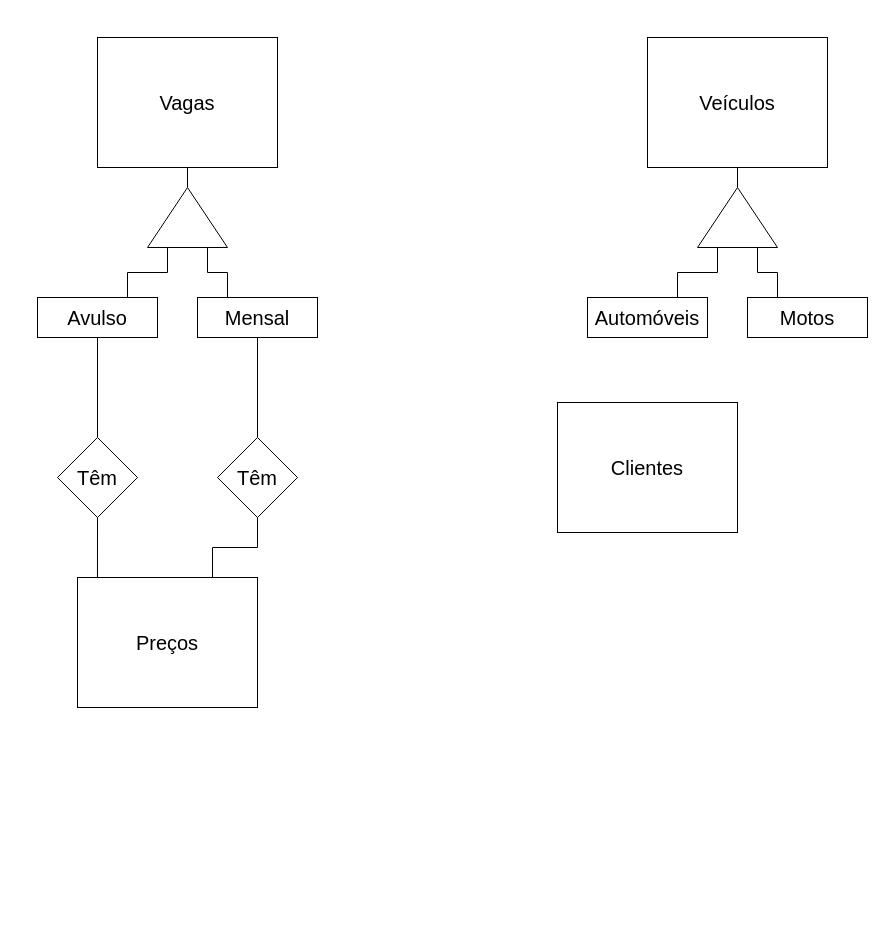
The draw.io diagram Lists/List01/Exec07/Parking.drawio in RenanGAS/Database-1, before the edit. Source tidied: cells renumbered, new cells numbered last; positions are measured from the earlier drawing's top-left corner, leaving out a move shared by most shapes. Both pictures are drawn from the tidied source at 100%, with x=0, y=0 at pixel (37, 37).
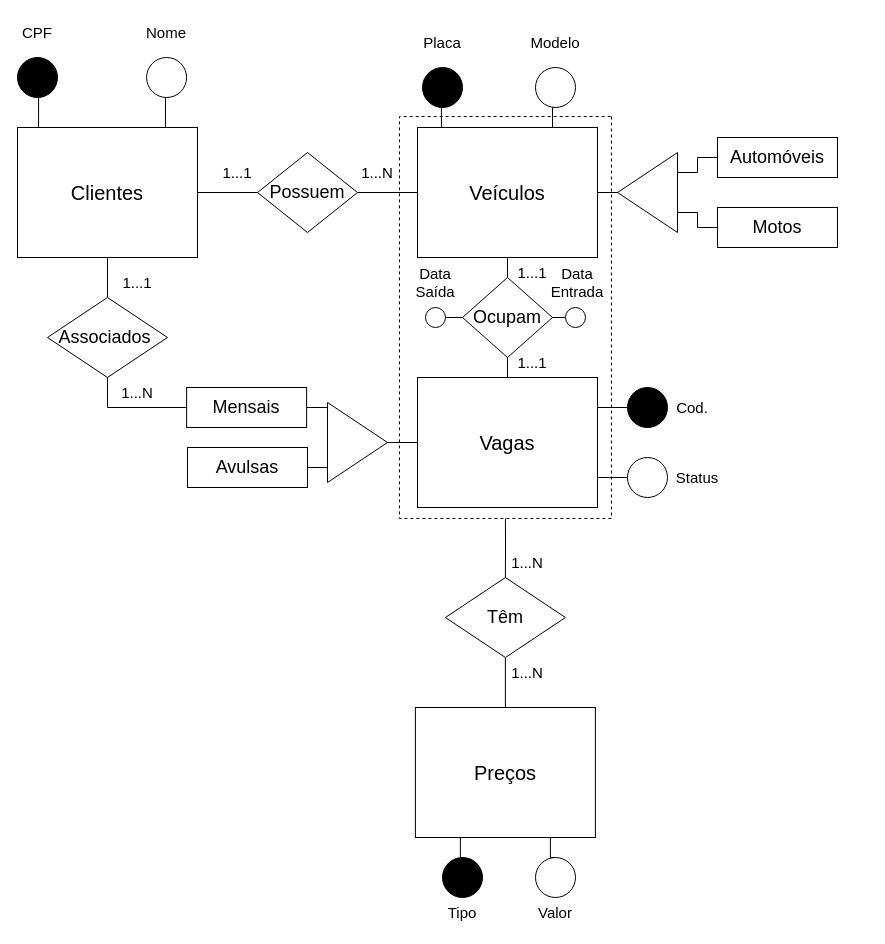
Above is the later version.

What changed in the source:
```diff
@@
     <mxCell id="2" value="&lt;font style=&quot;font-size: 20px&quot;&gt;Preços&lt;/font&gt;" style="rounded=0;whiteSpace=wrap;html=1;" parent="1" vertex="1">
-      <mxGeometry x="40" y="540" width="180" height="130" as="geometry" />
+      <mxGeometry x="377.9" y="670" width="180" height="130" as="geometry" />
     </mxCell>
+    <mxCell id="24" style="edgeStyle=orthogonalEdgeStyle;rounded=0;jettySize=auto;html=1;entryX=1;entryY=0.5;entryDx=0;entryDy=0;fontSize=18;endArrow=none;endFill=0;" parent="1" edge="1" source="3" target="33">
+      <mxGeometry relative="1" as="geometry" />
+    </mxCell>
+    <mxCell id="25" style="edgeStyle=orthogonalEdgeStyle;rounded=0;jettySize=auto;html=1;exitX=0.5;exitY=1;exitDx=0;exitDy=0;entryX=0.5;entryY=0;entryDx=0;entryDy=0;fontSize=18;endArrow=none;endFill=0;" parent="1" edge="1" source="3" target="36">
+      <mxGeometry relative="1" as="geometry" />
+    </mxCell>
     <mxCell id="3" value="&lt;font style=&quot;font-size: 20px&quot;&gt;Veículos&lt;/font&gt;" style="rounded=0;whiteSpace=wrap;html=1;" parent="1" vertex="1">
-      <mxGeometry x="610" width="180" height="130" as="geometry" />
+      <mxGeometry x="380" y="90" width="180" height="130" as="geometry" />
     </mxCell>
+    <mxCell id="26" style="edgeStyle=orthogonalEdgeStyle;rounded=0;jettySize=auto;html=1;exitX=0;exitY=0.5;exitDx=0;exitDy=0;entryX=1;entryY=0.5;entryDx=0;entryDy=0;fontSize=18;endArrow=none;endFill=0;" parent="1" edge="1" source="4" target="39">
+      <mxGeometry relative="1" as="geometry" />
+    </mxCell>
     <mxCell id="4" value="&lt;font style=&quot;font-size: 20px&quot;&gt;Vagas&lt;/font&gt;" style="rounded=0;whiteSpace=wrap;html=1;" parent="1" vertex="1">
-      <mxGeometry x="60" width="180" height="130" as="geometry" />
+      <mxGeometry x="380" y="340" width="180" height="130" as="geometry" />
     </mxCell>
+    <mxCell id="27" style="edgeStyle=orthogonalEdgeStyle;rounded=0;jettySize=auto;html=1;exitX=1;exitY=0.5;exitDx=0;exitDy=0;entryX=0;entryY=0.5;entryDx=0;entryDy=0;fontSize=18;endArrow=none;endFill=0;" parent="1" edge="1" source="5" target="30">
+      <mxGeometry relative="1" as="geometry" />
+    </mxCell>
+    <mxCell id="28" style="edgeStyle=orthogonalEdgeStyle;rounded=0;jettySize=auto;html=1;exitX=0.5;exitY=1;exitDx=0;exitDy=0;entryX=0.5;entryY=0;entryDx=0;entryDy=0;fontSize=18;endArrow=none;endFill=0;" parent="1" edge="1" source="5" target="45">
+      <mxGeometry relative="1" as="geometry" />
+    </mxCell>
     <mxCell id="5" value="&lt;font style=&quot;font-size: 20px&quot;&gt;Clientes&lt;/font&gt;" style="rounded=0;whiteSpace=wrap;html=1;" parent="1" vertex="1">
-      <mxGeometry x="520" y="365" width="180" height="130" as="geometry" />
+      <mxGeometry x="-20" y="90" width="180" height="130" as="geometry" />
     </mxCell>
-    <mxCell id="6" style="edgeStyle=orthogonalEdgeStyle;rounded=0;jettySize=auto;html=1;exitX=1;exitY=0.5;exitDx=0;exitDy=0;entryX=0.5;entryY=1;entryDx=0;entryDy=0;fontSize=20;endArrow=none;endFill=0;" parent="1" edge="1" source="9" target="4">
-      <mxGeometry relative="1" as="geometry" />
-    </mxCell>
-    <mxCell id="7" style="edgeStyle=orthogonalEdgeStyle;rounded=0;jettySize=auto;html=1;exitX=0;exitY=0.25;exitDx=0;exitDy=0;entryX=0.75;entryY=0;entryDx=0;entryDy=0;fontSize=20;endArrow=none;endFill=0;" parent="1" edge="1" source="9" target="11">
-      <mxGeometry relative="1" as="geometry" />
-    </mxCell>
-    <mxCell id="8" style="edgeStyle=orthogonalEdgeStyle;rounded=0;jettySize=auto;html=1;exitX=0;exitY=0.75;exitDx=0;exitDy=0;entryX=0.25;entryY=0;entryDx=0;entryDy=0;fontSize=20;endArrow=none;endFill=0;" parent="1" edge="1" source="9" target="13">
-      <mxGeometry relative="1" as="geometry" />
-    </mxCell>
-    <mxCell id="9" style="triangle;whiteSpace=wrap;html=1;fontSize=20;rotation=-90;" parent="1" vertex="1">
-      <mxGeometry x="120" y="140" width="60" height="80" as="geometry" />
-    </mxCell>
-    <mxCell id="10" style="edgeStyle=orthogonalEdgeStyle;rounded=0;jettySize=auto;html=1;exitX=0.5;exitY=1;exitDx=0;exitDy=0;entryX=0.5;entryY=0;entryDx=0;entryDy=0;fontSize=20;endArrow=none;endFill=0;" parent="1" edge="1" source="11" target="21">
-      <mxGeometry relative="1" as="geometry" />
-    </mxCell>
-    <mxCell id="11" value="Avulso" style="rounded=0;whiteSpace=wrap;html=1;fontSize=20;" parent="1" vertex="1">
-      <mxGeometry y="260" width="120" height="40" as="geometry" />
-    </mxCell>
-    <mxCell id="12" style="edgeStyle=orthogonalEdgeStyle;rounded=0;jettySize=auto;html=1;exitX=0.5;exitY=1;exitDx=0;exitDy=0;entryX=0.5;entryY=0;entryDx=0;entryDy=0;fontSize=20;endArrow=none;endFill=0;" parent="1" edge="1" source="13" target="23">
-      <mxGeometry relative="1" as="geometry" />
-    </mxCell>
-    <mxCell id="13" value="Mensal" style="rounded=0;whiteSpace=wrap;html=1;fontSize=20;" parent="1" vertex="1">
-      <mxGeometry x="160" y="260" width="120" height="40" as="geometry" />
-    </mxCell>
-    <mxCell id="14" style="edgeStyle=orthogonalEdgeStyle;rounded=0;jettySize=auto;html=1;exitX=0;exitY=0.25;exitDx=0;exitDy=0;entryX=0.75;entryY=0;entryDx=0;entryDy=0;fontSize=20;endArrow=none;endFill=0;" parent="1" edge="1" source="17" target="18">
-      <mxGeometry relative="1" as="geometry" />
-    </mxCell>
-    <mxCell id="15" style="edgeStyle=orthogonalEdgeStyle;rounded=0;jettySize=auto;html=1;exitX=0;exitY=0.75;exitDx=0;exitDy=0;entryX=0.25;entryY=0;entryDx=0;entryDy=0;fontSize=20;endArrow=none;endFill=0;" parent="1" edge="1" source="17" target="19">
-      <mxGeometry relative="1" as="geometry" />
-    </mxCell>
-    <mxCell id="16" style="edgeStyle=orthogonalEdgeStyle;rounded=0;jettySize=auto;html=1;exitX=1;exitY=0.5;exitDx=0;exitDy=0;entryX=0.5;entryY=1;entryDx=0;entryDy=0;fontSize=20;endArrow=none;endFill=0;" parent="1" edge="1" source="17" target="3">
-      <mxGeometry relative="1" as="geometry" />
-    </mxCell>
-    <mxCell id="17" style="triangle;whiteSpace=wrap;html=1;fontSize=20;rotation=-90;" parent="1" vertex="1">
-      <mxGeometry x="670" y="140" width="60" height="80" as="geometry" />
-    </mxCell>
+    <mxCell id="29" style="edgeStyle=orthogonalEdgeStyle;rounded=0;jettySize=auto;html=1;exitX=1;exitY=0.5;exitDx=0;exitDy=0;entryX=0;entryY=0.5;entryDx=0;entryDy=0;fontSize=18;endArrow=none;endFill=0;" parent="1" edge="1" source="30" target="3">
+      <mxGeometry relative="1" as="geometry" />
+    </mxCell>
+    <mxCell id="30" value="Possuem" style="rhombus;whiteSpace=wrap;html=1;fontSize=18;" parent="1" vertex="1">
+      <mxGeometry x="220" y="115" width="100" height="80" as="geometry" />
+    </mxCell>
+    <mxCell id="31" style="edgeStyle=orthogonalEdgeStyle;rounded=0;jettySize=auto;html=1;exitX=0;exitY=0.75;exitDx=0;exitDy=0;entryX=0;entryY=0.5;entryDx=0;entryDy=0;fontSize=18;endArrow=none;endFill=0;" parent="1" edge="1" source="33" target="18">
+      <mxGeometry relative="1" as="geometry" />
+    </mxCell>
+    <mxCell id="32" style="edgeStyle=orthogonalEdgeStyle;rounded=0;jettySize=auto;html=1;exitX=0;exitY=0.25;exitDx=0;exitDy=0;entryX=0;entryY=0.5;entryDx=0;entryDy=0;fontSize=18;endArrow=none;endFill=0;" parent="1" edge="1" source="33" target="19">
+      <mxGeometry relative="1" as="geometry" />
+    </mxCell>
+    <mxCell id="33" style="triangle;whiteSpace=wrap;html=1;fontSize=18;rotation=-180;" parent="1" vertex="1">
+      <mxGeometry x="580" y="115" width="60" height="80" as="geometry" />
+    </mxCell>
-    <mxCell id="18" value="Automóveis" style="rounded=0;whiteSpace=wrap;html=1;fontSize=20;" parent="1" vertex="1">
-      <mxGeometry x="550" y="260" width="120" height="40" as="geometry" />
+    <mxCell id="18" value="Automóveis" style="rounded=0;whiteSpace=wrap;html=1;fontSize=18;" parent="1" vertex="1">
+      <mxGeometry x="680" y="100" width="120" height="40" as="geometry" />
     </mxCell>
-    <mxCell id="19" value="Motos" style="rounded=0;whiteSpace=wrap;html=1;fontSize=20;" parent="1" vertex="1">
-      <mxGeometry x="710" y="260" width="120" height="40" as="geometry" />
+    <mxCell id="19" value="Motos" style="rounded=0;whiteSpace=wrap;html=1;fontSize=18;" parent="1" vertex="1">
+      <mxGeometry x="680" y="170" width="120" height="40" as="geometry" />
     </mxCell>
-    <mxCell id="20" style="edgeStyle=orthogonalEdgeStyle;rounded=0;jettySize=auto;html=1;exitX=0.5;exitY=1;exitDx=0;exitDy=0;entryX=0.111;entryY=0;entryDx=0;entryDy=0;entryPerimeter=0;fontSize=20;endArrow=none;endFill=0;" parent="1" edge="1" source="21" target="2">
-      <mxGeometry relative="1" as="geometry" />
-    </mxCell>
-    <mxCell id="21" value="Têm" style="rhombus;whiteSpace=wrap;html=1;fontSize=20;" parent="1" vertex="1">
-      <mxGeometry x="20" y="400" width="80" height="80" as="geometry" />
-    </mxCell>
-    <mxCell id="22" style="edgeStyle=orthogonalEdgeStyle;rounded=0;jettySize=auto;html=1;exitX=0.5;exitY=1;exitDx=0;exitDy=0;entryX=0.75;entryY=0;entryDx=0;entryDy=0;fontSize=20;endArrow=none;endFill=0;" parent="1" edge="1" source="23" target="2">
-      <mxGeometry relative="1" as="geometry" />
-    </mxCell>
-    <mxCell id="23" value="Têm" style="rhombus;whiteSpace=wrap;html=1;fontSize=20;" parent="1" vertex="1">
-      <mxGeometry x="180" y="400" width="80" height="80" as="geometry" />
-    </mxCell>
+    <mxCell id="34" style="edgeStyle=orthogonalEdgeStyle;rounded=0;jettySize=auto;html=1;exitX=0.5;exitY=1;exitDx=0;exitDy=0;entryX=0.5;entryY=0;entryDx=0;entryDy=0;fontSize=18;endArrow=none;endFill=0;" parent="1" edge="1" source="36" target="4">
+      <mxGeometry relative="1" as="geometry" />
+    </mxCell>
+    <mxCell id="35" style="edgeStyle=orthogonalEdgeStyle;rounded=0;jettySize=auto;html=1;exitX=1;exitY=0.5;exitDx=0;exitDy=0;entryX=0;entryY=0.5;entryDx=0;entryDy=0;fontSize=15;endArrow=none;endFill=0;" parent="1" edge="1" source="36" target="60">
+      <mxGeometry relative="1" as="geometry" />
+    </mxCell>
+    <mxCell id="36" value="Ocupam" style="rhombus;whiteSpace=wrap;html=1;fontSize=18;" parent="1" vertex="1">
+      <mxGeometry x="425" y="240" width="90" height="80" as="geometry" />
+    </mxCell>
+    <mxCell id="37" style="edgeStyle=orthogonalEdgeStyle;rounded=0;jettySize=auto;html=1;exitX=1;exitY=0.5;exitDx=0;exitDy=0;entryX=0.5;entryY=0;entryDx=0;entryDy=0;fontSize=18;endArrow=none;endFill=0;" parent="1" edge="1" source="38" target="47">
+      <mxGeometry relative="1" as="geometry" />
+    </mxCell>
+    <mxCell id="38" style="rounded=0;whiteSpace=wrap;html=1;fontSize=18;rotation=90;fillColor=none;dashed=1;" parent="1" vertex="1">
+      <mxGeometry x="267" y="174" width="401.9" height="212" as="geometry" />
+    </mxCell>
+    <mxCell id="39" style="triangle;whiteSpace=wrap;html=1;fontSize=18;fillColor=none;" parent="1" vertex="1">
+      <mxGeometry x="290" y="365" width="60" height="80" as="geometry" />
+    </mxCell>
+    <mxCell id="40" style="edgeStyle=orthogonalEdgeStyle;rounded=0;jettySize=auto;html=1;exitX=1;exitY=0.5;exitDx=0;exitDy=0;entryX=0;entryY=0.075;entryDx=0;entryDy=0;entryPerimeter=0;fontSize=18;endArrow=none;endFill=0;" parent="1" edge="1" source="41" target="39">
+      <mxGeometry relative="1" as="geometry" />
+    </mxCell>
+    <mxCell id="41" value="Mensais" style="rounded=0;whiteSpace=wrap;html=1;fontSize=18;" parent="1" vertex="1">
+      <mxGeometry x="149.1" y="350" width="120" height="40" as="geometry" />
+    </mxCell>
+    <mxCell id="42" style="edgeStyle=orthogonalEdgeStyle;rounded=0;jettySize=auto;html=1;exitX=1;exitY=0.5;exitDx=0;exitDy=0;entryX=0;entryY=0.75;entryDx=0;entryDy=0;fontSize=18;endArrow=none;endFill=0;" parent="1" edge="1" source="43" target="39">
+      <mxGeometry relative="1" as="geometry" />
+    </mxCell>
+    <mxCell id="43" value="Avulsas" style="rounded=0;whiteSpace=wrap;html=1;fontSize=18;" parent="1" vertex="1">
+      <mxGeometry x="150" y="410" width="120" height="40" as="geometry" />
+    </mxCell>
+    <mxCell id="44" style="edgeStyle=orthogonalEdgeStyle;rounded=0;jettySize=auto;html=1;exitX=0.5;exitY=1;exitDx=0;exitDy=0;entryX=0;entryY=0.5;entryDx=0;entryDy=0;fontSize=18;endArrow=none;endFill=0;" parent="1" edge="1" source="45" target="41">
+      <mxGeometry relative="1" as="geometry" />
+    </mxCell>
+    <mxCell id="45" value="&lt;div&gt;&lt;span&gt;Associados&amp;nbsp;&lt;/span&gt;&lt;/div&gt;" style="rhombus;whiteSpace=wrap;html=1;fontSize=18;align=center;" parent="1" vertex="1">
+      <mxGeometry x="10" y="260" width="120" height="80" as="geometry" />
+    </mxCell>
+    <mxCell id="46" style="edgeStyle=orthogonalEdgeStyle;rounded=0;jettySize=auto;html=1;exitX=0.5;exitY=1;exitDx=0;exitDy=0;entryX=0.5;entryY=0;entryDx=0;entryDy=0;fontSize=18;endArrow=none;endFill=0;" parent="1" edge="1" source="47" target="2">
+      <mxGeometry relative="1" as="geometry" />
+    </mxCell>
+    <mxCell id="47" value="&lt;div&gt;&lt;span&gt;Têm&lt;/span&gt;&lt;/div&gt;" style="rhombus;whiteSpace=wrap;html=1;fontSize=18;align=center;" parent="1" vertex="1">
+      <mxGeometry x="407.9" y="540" width="120" height="80" as="geometry" />
+    </mxCell>
+    <mxCell id="48" style="edgeStyle=orthogonalEdgeStyle;rounded=0;jettySize=auto;html=1;exitX=0.5;exitY=1;exitDx=0;exitDy=0;entryX=0.117;entryY=0;entryDx=0;entryDy=0;entryPerimeter=0;fontSize=18;endArrow=none;endFill=0;" parent="1" edge="1" source="49" target="5">
+      <mxGeometry relative="1" as="geometry" />
+    </mxCell>
+    <mxCell id="49" style="ellipse;whiteSpace=wrap;html=1;fontSize=18;fillColor=#000000;" parent="1" vertex="1">
+      <mxGeometry x="-20" y="20" width="40" height="40" as="geometry" />
+    </mxCell>
+    <mxCell id="50" value="&lt;font style=&quot;font-size: 15px&quot;&gt;CPF&lt;/font&gt;" style="text;html=1;strokeColor=none;fillColor=none;align=center;verticalAlign=middle;whiteSpace=wrap;rounded=0;fontSize=18;" parent="1" vertex="1">
+      <mxGeometry x="-15" y="-20" width="30" height="30" as="geometry" />
+    </mxCell>
+    <mxCell id="51" style="edgeStyle=orthogonalEdgeStyle;rounded=0;jettySize=auto;html=1;exitX=0.5;exitY=1;exitDx=0;exitDy=0;entryX=0.822;entryY=0;entryDx=0;entryDy=0;entryPerimeter=0;fontSize=15;endArrow=none;endFill=0;" parent="1" edge="1" source="52" target="5">
+      <mxGeometry relative="1" as="geometry" />
+    </mxCell>
+    <mxCell id="52" style="ellipse;whiteSpace=wrap;html=1;fontSize=15;fillColor=#FFFFFF;" parent="1" vertex="1">
+      <mxGeometry x="109.1" y="20" width="40" height="40" as="geometry" />
+    </mxCell>
+    <mxCell id="53" value="Nome" style="text;html=1;strokeColor=none;fillColor=none;align=center;verticalAlign=middle;whiteSpace=wrap;rounded=0;fontSize=15;" parent="1" vertex="1">
+      <mxGeometry x="99.1" y="-20" width="60" height="30" as="geometry" />
+    </mxCell>
+    <mxCell id="54" style="edgeStyle=orthogonalEdgeStyle;rounded=0;jettySize=auto;html=1;exitX=0;exitY=0.5;exitDx=0;exitDy=0;entryX=1;entryY=0.75;entryDx=0;entryDy=0;fontSize=15;endArrow=none;endFill=0;" parent="1" edge="1" source="55" target="4">
+      <mxGeometry relative="1" as="geometry" />
+    </mxCell>
+    <mxCell id="55" style="ellipse;whiteSpace=wrap;html=1;fontSize=15;fillColor=#FFFFFF;" parent="1" vertex="1">
+      <mxGeometry x="590" y="420" width="40" height="40" as="geometry" />
+    </mxCell>
+    <mxCell id="56" value="Status" style="text;html=1;strokeColor=none;fillColor=none;align=center;verticalAlign=middle;whiteSpace=wrap;rounded=0;fontSize=15;" parent="1" vertex="1">
+      <mxGeometry x="640" y="425" width="40" height="30" as="geometry" />
+    </mxCell>
+    <mxCell id="57" style="edgeStyle=orthogonalEdgeStyle;rounded=0;jettySize=auto;html=1;exitX=0;exitY=0.5;exitDx=0;exitDy=0;entryX=1;entryY=0.25;entryDx=0;entryDy=0;fontSize=15;endArrow=none;endFill=0;" parent="1" edge="1" source="58" target="4">
+      <mxGeometry relative="1" as="geometry" />
+    </mxCell>
+    <mxCell id="58" style="ellipse;whiteSpace=wrap;html=1;fontSize=15;fillColor=#000000;" parent="1" vertex="1">
+      <mxGeometry x="590" y="350" width="40" height="40" as="geometry" />
+    </mxCell>
+    <mxCell id="59" value="Cod." style="text;html=1;strokeColor=none;fillColor=none;align=center;verticalAlign=middle;whiteSpace=wrap;rounded=0;fontSize=15;" parent="1" vertex="1">
+      <mxGeometry x="640" y="355" width="30" height="30" as="geometry" />
+    </mxCell>
+    <mxCell id="60" style="ellipse;whiteSpace=wrap;html=1;fontSize=15;fillColor=#FFFFFF;" parent="1" vertex="1">
+      <mxGeometry x="528" y="270" width="20" height="20" as="geometry" />
+    </mxCell>
+    <mxCell id="61" value="Data&lt;br&gt;Entrada" style="text;html=1;strokeColor=none;fillColor=none;align=center;verticalAlign=middle;whiteSpace=wrap;rounded=0;fontSize=15;" parent="1" vertex="1">
+      <mxGeometry x="530" y="230" width="20" height="30" as="geometry" />
+    </mxCell>
+    <mxCell id="62" style="edgeStyle=orthogonalEdgeStyle;rounded=0;jettySize=auto;html=1;exitX=1;exitY=0.5;exitDx=0;exitDy=0;entryX=0;entryY=0.5;entryDx=0;entryDy=0;fontSize=15;endArrow=none;endFill=0;" parent="1" edge="1" source="63" target="36">
+      <mxGeometry relative="1" as="geometry" />
+    </mxCell>
+    <mxCell id="63" style="ellipse;whiteSpace=wrap;html=1;fontSize=15;fillColor=#FFFFFF;" parent="1" vertex="1">
+      <mxGeometry x="388" y="270" width="20" height="20" as="geometry" />
+    </mxCell>
+    <mxCell id="64" value="Data&lt;br&gt;Saída" style="text;html=1;strokeColor=none;fillColor=none;align=center;verticalAlign=middle;whiteSpace=wrap;rounded=0;fontSize=15;" parent="1" vertex="1">
+      <mxGeometry x="387.9" y="230" width="20" height="30" as="geometry" />
+    </mxCell>
+    <mxCell id="65" value="Tipo" style="text;html=1;strokeColor=none;fillColor=none;align=center;verticalAlign=middle;whiteSpace=wrap;rounded=0;fontSize=15;" parent="1" vertex="1">
+      <mxGeometry x="395" y="860" width="60" height="30" as="geometry" />
+    </mxCell>
+    <mxCell id="66" value="Valor" style="text;html=1;strokeColor=none;fillColor=none;align=center;verticalAlign=middle;whiteSpace=wrap;rounded=0;fontSize=15;" parent="1" vertex="1">
+      <mxGeometry x="487.9" y="860" width="60" height="30" as="geometry" />
+    </mxCell>
+    <mxCell id="67" style="edgeStyle=orthogonalEdgeStyle;rounded=0;jettySize=auto;html=1;exitX=0.5;exitY=0;exitDx=0;exitDy=0;entryX=0.75;entryY=1;entryDx=0;entryDy=0;fontSize=15;endArrow=none;endFill=0;" parent="1" edge="1" source="68" target="2">
+      <mxGeometry relative="1" as="geometry" />
+    </mxCell>
+    <mxCell id="68" style="ellipse;whiteSpace=wrap;html=1;fontSize=15;fillColor=#FFFFFF;" parent="1" vertex="1">
+      <mxGeometry x="498" y="820" width="40" height="40" as="geometry" />
+    </mxCell>
+    <mxCell id="69" style="edgeStyle=orthogonalEdgeStyle;rounded=0;jettySize=auto;html=1;exitX=0.5;exitY=0;exitDx=0;exitDy=0;entryX=0.25;entryY=1;entryDx=0;entryDy=0;fontSize=15;endArrow=none;endFill=0;" parent="1" edge="1" source="70" target="2">
+      <mxGeometry relative="1" as="geometry" />
+    </mxCell>
+    <mxCell id="70" style="ellipse;whiteSpace=wrap;html=1;fontSize=15;fillColor=#000000;" parent="1" vertex="1">
+      <mxGeometry x="405" y="820" width="40" height="40" as="geometry" />
+    </mxCell>
+    <mxCell id="71" style="edgeStyle=orthogonalEdgeStyle;rounded=0;jettySize=auto;html=1;exitX=0.5;exitY=1;exitDx=0;exitDy=0;entryX=0.133;entryY=0;entryDx=0;entryDy=0;entryPerimeter=0;fontSize=15;endArrow=none;endFill=0;" parent="1" edge="1" source="72" target="3">
+      <mxGeometry relative="1" as="geometry" />
+    </mxCell>
+    <mxCell id="72" style="ellipse;whiteSpace=wrap;html=1;fontSize=15;fillColor=#000000;" parent="1" vertex="1">
+      <mxGeometry x="385" y="30" width="40" height="40" as="geometry" />
+    </mxCell>
+    <mxCell id="73" value="Placa" style="text;html=1;strokeColor=none;fillColor=none;align=center;verticalAlign=middle;whiteSpace=wrap;rounded=0;fontSize=15;" parent="1" vertex="1">
+      <mxGeometry x="375" y="-10" width="60" height="30" as="geometry" />
+    </mxCell>
+    <mxCell id="74" style="edgeStyle=orthogonalEdgeStyle;rounded=0;jettySize=auto;html=1;exitX=0.5;exitY=1;exitDx=0;exitDy=0;entryX=0.75;entryY=0;entryDx=0;entryDy=0;fontSize=15;endArrow=none;endFill=0;" parent="1" edge="1" source="75" target="3">
+      <mxGeometry relative="1" as="geometry" />
+    </mxCell>
+    <mxCell id="75" style="ellipse;whiteSpace=wrap;html=1;fontSize=15;fillColor=#FFFFFF;" parent="1" vertex="1">
+      <mxGeometry x="498" y="30" width="40" height="40" as="geometry" />
+    </mxCell>
+    <mxCell id="76" value="Modelo" style="text;html=1;strokeColor=none;fillColor=none;align=center;verticalAlign=middle;whiteSpace=wrap;rounded=0;fontSize=15;" parent="1" vertex="1">
+      <mxGeometry x="487.9" y="-10" width="60" height="30" as="geometry" />
+    </mxCell>
+    <mxCell id="77" value="1...N" style="text;html=1;strokeColor=none;fillColor=none;align=center;verticalAlign=middle;whiteSpace=wrap;rounded=0;fontSize=15;" parent="1" vertex="1">
+      <mxGeometry x="320" y="120" width="40" height="30" as="geometry" />
+    </mxCell>
+    <mxCell id="78" value="1...1" style="text;html=1;strokeColor=none;fillColor=none;align=center;verticalAlign=middle;whiteSpace=wrap;rounded=0;fontSize=15;" parent="1" vertex="1">
+      <mxGeometry x="180" y="120" width="40" height="30" as="geometry" />
+    </mxCell>
+    <mxCell id="79" value="1...1" style="text;html=1;strokeColor=none;fillColor=none;align=center;verticalAlign=middle;whiteSpace=wrap;rounded=0;fontSize=15;" parent="1" vertex="1">
+      <mxGeometry x="475" y="310" width="40" height="30" as="geometry" />
+    </mxCell>
+    <mxCell id="80" value="1...1" style="text;html=1;strokeColor=none;fillColor=none;align=center;verticalAlign=middle;whiteSpace=wrap;rounded=0;fontSize=15;" parent="1" vertex="1">
+      <mxGeometry x="475" y="220" width="40" height="30" as="geometry" />
+    </mxCell>
+    <mxCell id="81" value="1...N" style="text;html=1;strokeColor=none;fillColor=none;align=center;verticalAlign=middle;whiteSpace=wrap;rounded=0;fontSize=15;" parent="1" vertex="1">
+      <mxGeometry x="80" y="340" width="40" height="30" as="geometry" />
+    </mxCell>
+    <mxCell id="82" value="1...1" style="text;html=1;strokeColor=none;fillColor=none;align=center;verticalAlign=middle;whiteSpace=wrap;rounded=0;fontSize=15;" parent="1" vertex="1">
+      <mxGeometry x="80" y="230" width="40" height="30" as="geometry" />
+    </mxCell>
+    <mxCell id="83" value="1...N" style="text;html=1;strokeColor=none;fillColor=none;align=center;verticalAlign=middle;whiteSpace=wrap;rounded=0;fontSize=15;" parent="1" vertex="1">
+      <mxGeometry x="470" y="620" width="40" height="30" as="geometry" />
+    </mxCell>
+    <mxCell id="84" value="1...N" style="text;html=1;strokeColor=none;fillColor=none;align=center;verticalAlign=middle;whiteSpace=wrap;rounded=0;fontSize=15;" parent="1" vertex="1">
+      <mxGeometry x="470" y="510" width="40" height="30" as="geometry" />
+    </mxCell>
```
